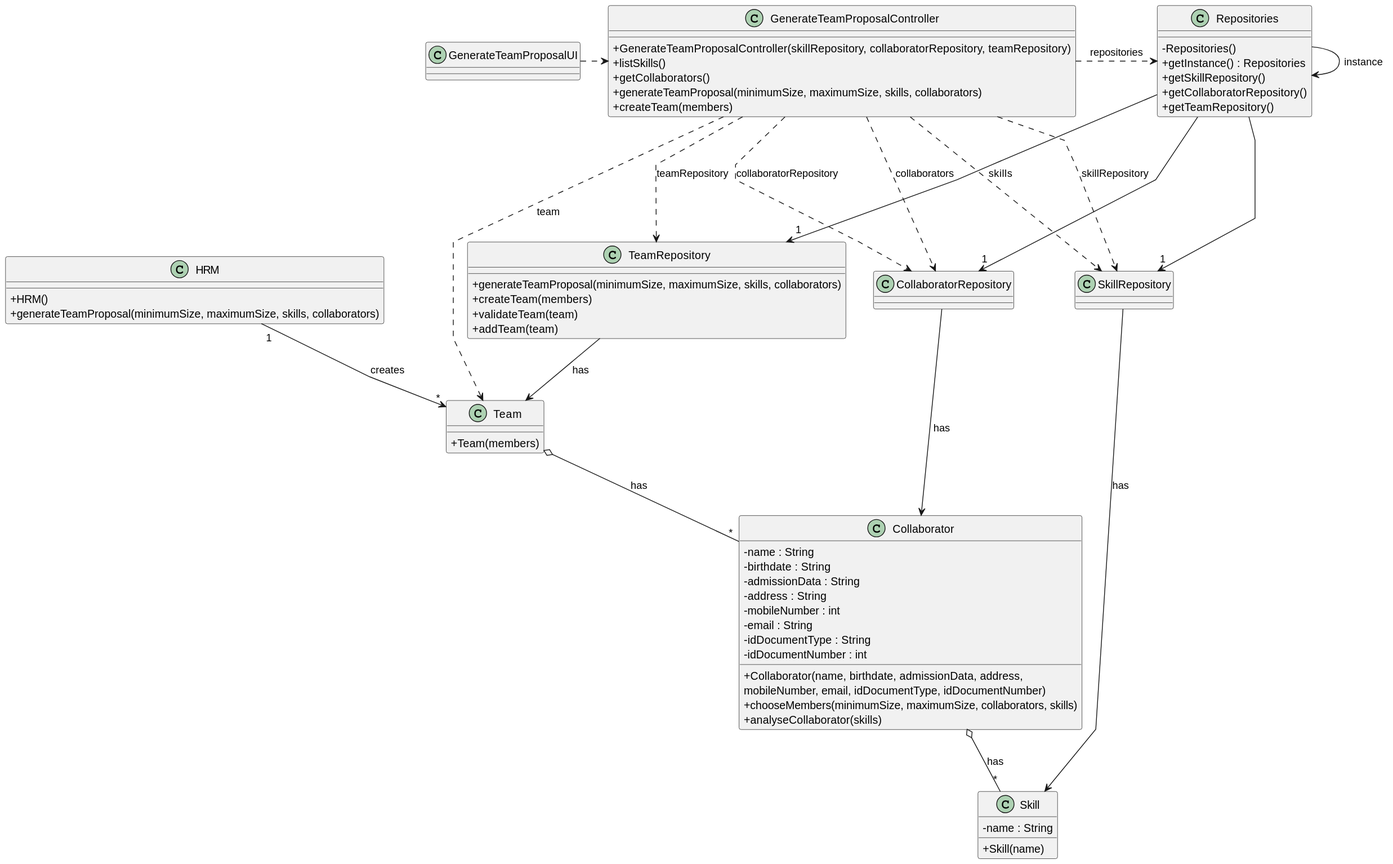
diogoveirospro/lei-24-s2-1dg-g072 keeps this PlantUML diagram as docs/sprintB/us005/03.design/svg/us005-class-diagram.svg. Above is the earlier version.
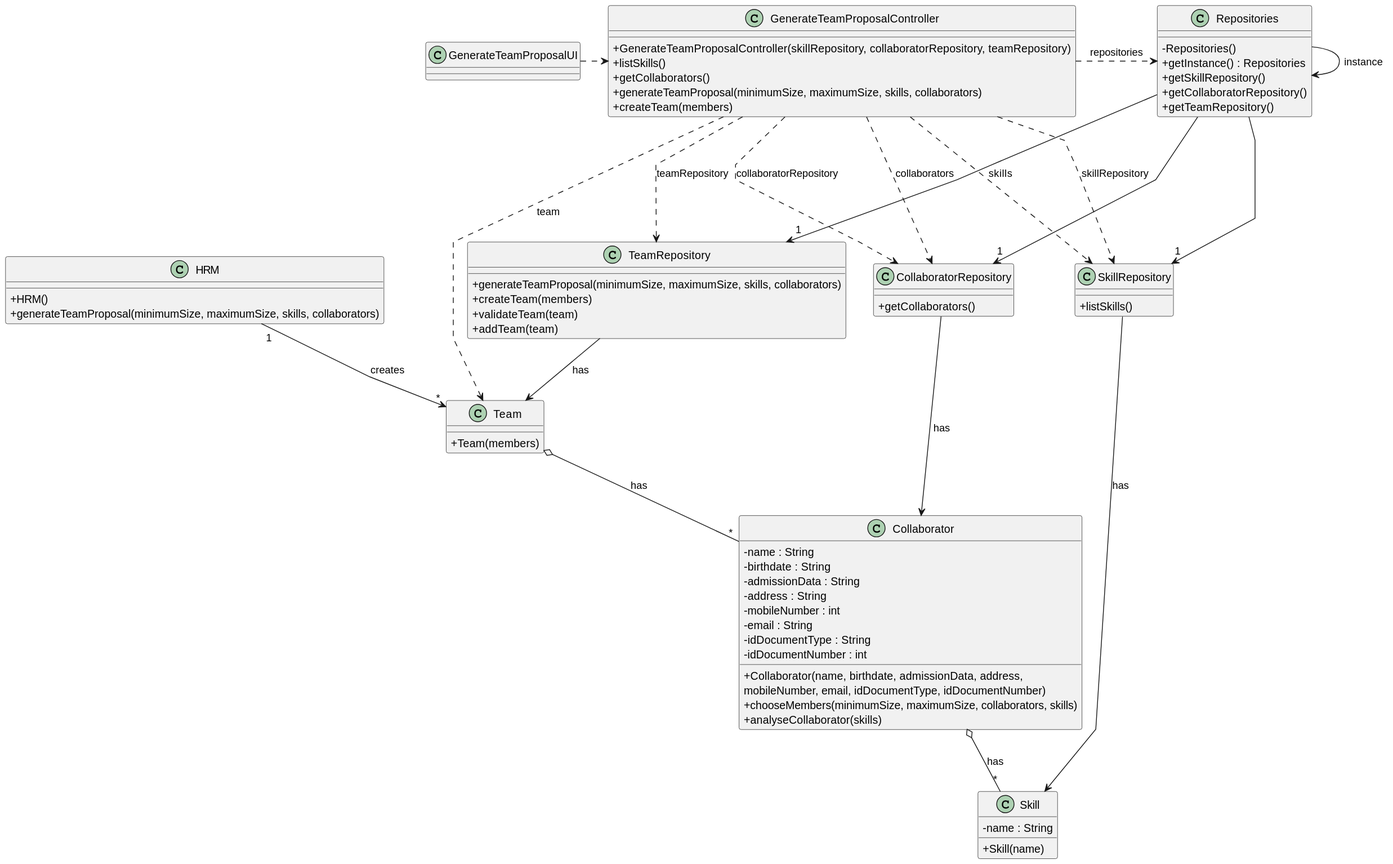
After the commit.

Change to the diagram source:
```diff
@@ -33,11 +33,11 @@
 }
 
 class SkillRepository {
-
+    + listSkills()
 }
 
 class CollaboratorRepository {
-
+    + getCollaborators()
 }
 
 class TeamRepository {
```
